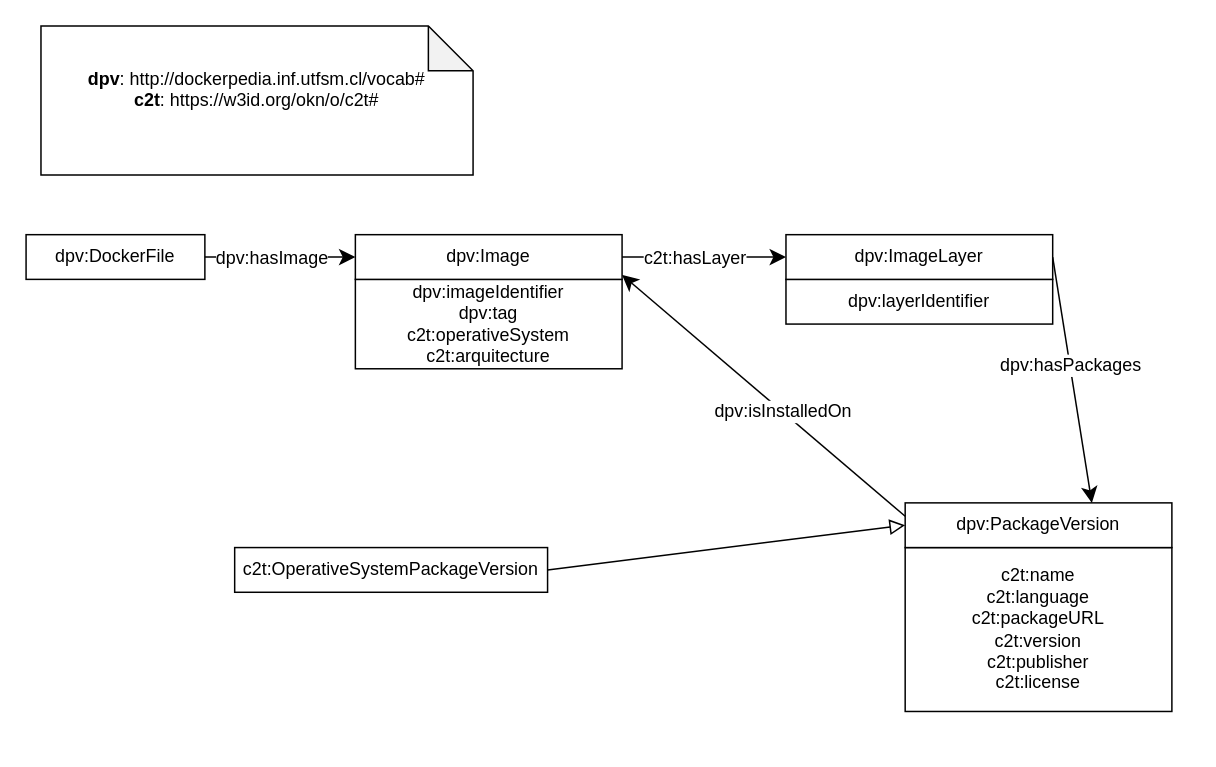
Above: ontology.drawio in osoc-es/c2t (draw.io), before the change. Source tidied: cells renumbered, new cells numbered last; positions are measured from the earlier drawing's top-left corner, leaving out a move shared by most shapes. Both pictures are drawn from the tidied source at 149%, with x=0, y=0 at pixel (25, 25).
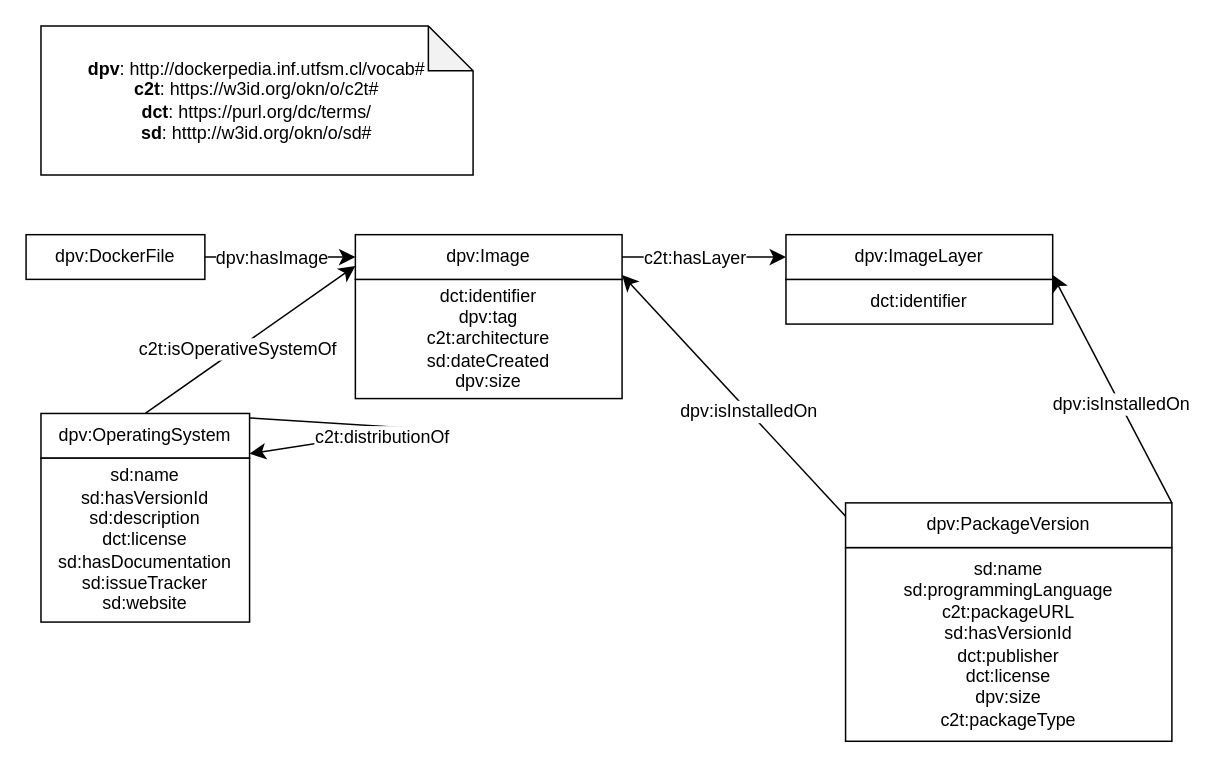
The same page after the edit.

Unchanged cells that the change refers to:
```xml
<mxCell id="6" value="dpv:Image" style="rounded=0;whiteSpace=wrap;html=1;snapToPoint=1;points=[[0.1,0],[0.2,0],[0.3,0],[0.4,0],[0.5,0],[0.6,0],[0.7,0],[0.8,0],[0.9,0],[0,0.1],[0,0.3],[0,0.5],[0,0.7],[0,0.9],[0.1,1],[0.2,1],[0.3,1],[0.4,1],[0.5,1],[0.6,1],[0.7,1],[0.8,1],[0.9,1],[1,0.1],[1,0.3],[1,0.5],[1,0.7],[1,0.9]];" parent="1" vertex="1">
  <mxGeometry x="221" y="140" width="179" height="30" as="geometry" />
</mxCell>
<mxCell id="8" value="dpv:ImageLayer" style="rounded=0;whiteSpace=wrap;html=1;snapToPoint=1;points=[[0.1,0],[0.2,0],[0.3,0],[0.4,0],[0.5,0],[0.6,0],[0.7,0],[0.8,0],[0.9,0],[0,0.1],[0,0.3],[0,0.5],[0,0.7],[0,0.9],[0.1,1],[0.2,1],[0.3,1],[0.4,1],[0.5,1],[0.6,1],[0.7,1],[0.8,1],[0.9,1],[1,0.1],[1,0.3],[1,0.5],[1,0.7],[1,0.9]];" parent="1" vertex="1">
  <mxGeometry x="510" y="140" width="179" height="30" as="geometry" />
</mxCell>
```

Change to the diagram source:
```diff
@@
-    <mxCell id="3" value="&lt;div&gt;&lt;b&gt;dpv&lt;/b&gt;: http://dockerpedia.inf.utfsm.cl/vocab#&lt;/div&gt;&lt;div&gt;&lt;div&gt;&lt;b&gt;c2t&lt;/b&gt;: https://w3id.org/okn/o/c2t#&lt;/div&gt;&lt;/div&gt;&lt;div&gt;&lt;br&gt;&lt;/div&gt;" style="shape=note;whiteSpace=wrap;html=1;backgroundOutline=1;darkOpacity=0.05;" parent="1" vertex="1">
+    <mxCell id="3" value="&lt;div&gt;&lt;b&gt;dpv&lt;/b&gt;: http://dockerpedia.inf.utfsm.cl/vocab#&lt;/div&gt;&lt;div&gt;&lt;div&gt;&lt;b&gt;c2t&lt;/b&gt;: https://w3id.org/okn/o/c2t#&lt;/div&gt;&lt;/div&gt;&lt;div&gt;&lt;div&gt;&lt;b&gt;dct&lt;/b&gt;: https://purl.org/dc/terms/&lt;/div&gt;&lt;/div&gt;&lt;div&gt;&lt;b&gt;sd&lt;/b&gt;: htttp://w3id.org/okn/o/sd#&lt;/div&gt;" style="shape=note;whiteSpace=wrap;html=1;backgroundOutline=1;darkOpacity=0.05;" parent="1" vertex="1">
       <mxGeometry x="10" width="290" height="100" as="geometry" />
     </mxCell>
-    <mxCell id="4" value="c2t:OperativeSystemPackageVersion" style="rounded=0;whiteSpace=wrap;html=1;snapToPoint=1;points=[[0.1,0],[0.2,0],[0.3,0],[0.4,0],[0.5,0],[0.6,0],[0.7,0],[0.8,0],[0.9,0],[0,0.1],[0,0.3],[0,0.5],[0,0.7],[0,0.9],[0.1,1],[0.2,1],[0.3,1],[0.4,1],[0.5,1],[0.6,1],[0.7,1],[0.8,1],[0.9,1],[1,0.1],[1,0.3],[1,0.5],[1,0.7],[1,0.9]];" parent="1" vertex="1">
-      <mxGeometry x="140" y="350" width="210" height="30" as="geometry" />
-    </mxCell>
-    <mxCell id="5" value="dpv:imageIdentifier&lt;br&gt;dpv:tag&lt;br&gt;c2t:operativeSystem&lt;br&gt;c2t:arquitecture" style="rounded=0;whiteSpace=wrap;html=1;" parent="1" vertex="1">
-      <mxGeometry x="221" y="170" width="179" height="60" as="geometry" />
+    <mxCell id="5" value="dct:identifier&lt;br&gt;dpv:tag&lt;br&gt;c2t:architecture&lt;br&gt;sd:dateCreated&lt;br&gt;dpv:size" style="rounded=0;whiteSpace=wrap;html=1;" parent="1" vertex="1">
+      <mxGeometry x="221" y="170" width="179" height="80" as="geometry" />
     </mxCell>
@@
-    <mxCell id="7" value="dpv:layerIdentifier" style="rounded=0;whiteSpace=wrap;html=1;" parent="1" vertex="1">
+    <mxCell id="7" value="dct:identifier&lt;br&gt;" style="rounded=0;whiteSpace=wrap;html=1;" parent="1" vertex="1">
       <mxGeometry x="510" y="170" width="179" height="30" as="geometry" />
     </mxCell>
@@
-    <mxCell id="9" value="c2t:name&lt;br&gt;c2t:language&lt;br&gt;c2t:packageURL&lt;br&gt;c2t:version&lt;br&gt;c2t:publisher&lt;br&gt;c2t:license" style="rounded=0;whiteSpace=wrap;html=1;" parent="1" vertex="1">
-      <mxGeometry x="590" y="350" width="179" height="110" as="geometry" />
+    <mxCell id="9" value="sd:name&lt;br&gt;sd:programmingLanguage&lt;br&gt;c2t:packageURL&lt;br&gt;sd:hasVersionId&lt;br&gt;dct:publisher&lt;br&gt;dct:license&lt;br&gt;dpv:size&lt;br&gt;c2t:packageType" style="rounded=0;whiteSpace=wrap;html=1;" parent="1" vertex="1">
+      <mxGeometry x="550" y="350" width="219" height="130" as="geometry" />
     </mxCell>
     <mxCell id="10" value="dpv:PackageVersion" style="rounded=0;whiteSpace=wrap;html=1;snapToPoint=1;points=[[0.1,0],[0.2,0],[0.3,0],[0.4,0],[0.5,0],[0.6,0],[0.7,0],[0.8,0],[0.9,0],[0,0.1],[0,0.3],[0,0.5],[0,0.7],[0,0.9],[0.1,1],[0.2,1],[0.3,1],[0.4,1],[0.5,1],[0.6,1],[0.7,1],[0.8,1],[0.9,1],[1,0.1],[1,0.3],[1,0.5],[1,0.7],[1,0.9]];" parent="1" vertex="1">
-      <mxGeometry x="590" y="320" width="179" height="30" as="geometry" />
+      <mxGeometry x="550" y="320" width="219" height="30" as="geometry" />
     </mxCell>
@@
-    <mxCell id="15" style="endArrow=classic;html=1;endSize=8;arcSize=0;rounded=0;entryX=0.7;entryY=0;entryDx=0;entryDy=0;exitX=1;exitY=0.5;exitDx=0;exitDy=0;" parent="1" edge="1" source="8" target="10">
-      <mxGeometry relative="1" as="geometry" />
-    </mxCell>
-    <mxCell id="16" value="dpv:hasPackages" style="text;html=1;align=center;verticalAlign=middle;labelBackgroundColor=#ffffff;" parent="15" vertex="1">
-      <mxGeometry x="-0.13" relative="1" as="geometry" />
-    </mxCell>
@@
-    <mxCell id="19" style="endArrow=block;html=1;fontColor=#000099;exitX=1;exitY=0.5;exitDx=0;exitDy=0;endFill=0;entryX=0;entryY=0.5;entryDx=0;entryDy=0;endSize=8;arcSize=0;rounded=0;" parent="1" edge="1" source="4" target="10">
-      <mxGeometry relative="1" as="geometry" />
-    </mxCell>
+    <mxCell id="20" value="dpv:OperatingSystem" style="rounded=0;whiteSpace=wrap;html=1;snapToPoint=1;points=[[0.1,0],[0.2,0],[0.3,0],[0.4,0],[0.5,0],[0.6,0],[0.7,0],[0.8,0],[0.9,0],[0,0.1],[0,0.3],[0,0.5],[0,0.7],[0,0.9],[0.1,1],[0.2,1],[0.3,1],[0.4,1],[0.5,1],[0.6,1],[0.7,1],[0.8,1],[0.9,1],[1,0.1],[1,0.3],[1,0.5],[1,0.7],[1,0.9]];" parent="1" vertex="1">
+      <mxGeometry x="10" y="260" width="140" height="30" as="geometry" />
+    </mxCell>
+    <mxCell id="21" style="endArrow=classic;html=1;endSize=8;arcSize=0;rounded=0;exitX=1;exitY=0.1;exitDx=0;exitDy=0;entryX=1;entryY=0.9;entryDx=0;entryDy=0;" parent="1" edge="1" source="20" target="20">
+      <mxGeometry relative="1" as="geometry">
+        <Array as="points">
+          <mxPoint x="260" y="270" />
+        </Array>
+      </mxGeometry>
+    </mxCell>
+    <mxCell id="22" value="c2t:distributionOf" style="text;html=1;align=center;verticalAlign=middle;labelBackgroundColor=#ffffff;" parent="21" vertex="1">
+      <mxGeometry x="-0.13" relative="1" as="geometry">
+        <mxPoint x="-7" y="6" as="offset" />
+      </mxGeometry>
+    </mxCell>
+    <mxCell id="23" style="endArrow=classic;html=1;endSize=8;arcSize=0;rounded=0;entryX=0;entryY=0.7;entryDx=0;entryDy=0;exitX=0.5;exitY=0;exitDx=0;exitDy=0;" parent="1" edge="1" source="20" target="6">
+      <mxGeometry relative="1" as="geometry" />
+    </mxCell>
+    <mxCell id="24" value="c2t:isOperativeSystemOf" style="text;html=1;align=center;verticalAlign=middle;labelBackgroundColor=#ffffff;" parent="23" vertex="1">
+      <mxGeometry x="-0.13" relative="1" as="geometry" />
+    </mxCell>
+    <mxCell id="25" value="sd:name&lt;br&gt;sd:hasVersionId&lt;br&gt;sd:description&lt;br&gt;dct:license&lt;br&gt;sd:hasDocumentation&lt;br&gt;sd:issueTracker&lt;br&gt;sd:website" style="rounded=0;whiteSpace=wrap;html=1;" parent="1" vertex="1">
+      <mxGeometry x="10" y="290" width="140" height="110" as="geometry" />
+    </mxCell>
+    <mxCell id="26" style="endArrow=classic;html=1;exitX=0;exitY=0.3;exitDx=0;exitDy=0;entryX=1;entryY=0.9;entryDx=0;entryDy=0;endSize=8;arcSize=0;rounded=0;" parent="1" edge="1" target="8">
+      <mxGeometry relative="1" as="geometry">
+        <mxPoint x="769" y="320" as="sourcePoint" />
+      </mxGeometry>
+    </mxCell>
+    <mxCell id="27" value="dpv:isInstalledOn" style="text;html=1;align=center;verticalAlign=middle;labelBackgroundColor=#ffffff;" parent="26" vertex="1">
+      <mxGeometry x="-0.13" relative="1" as="geometry" />
+    </mxCell>
```
